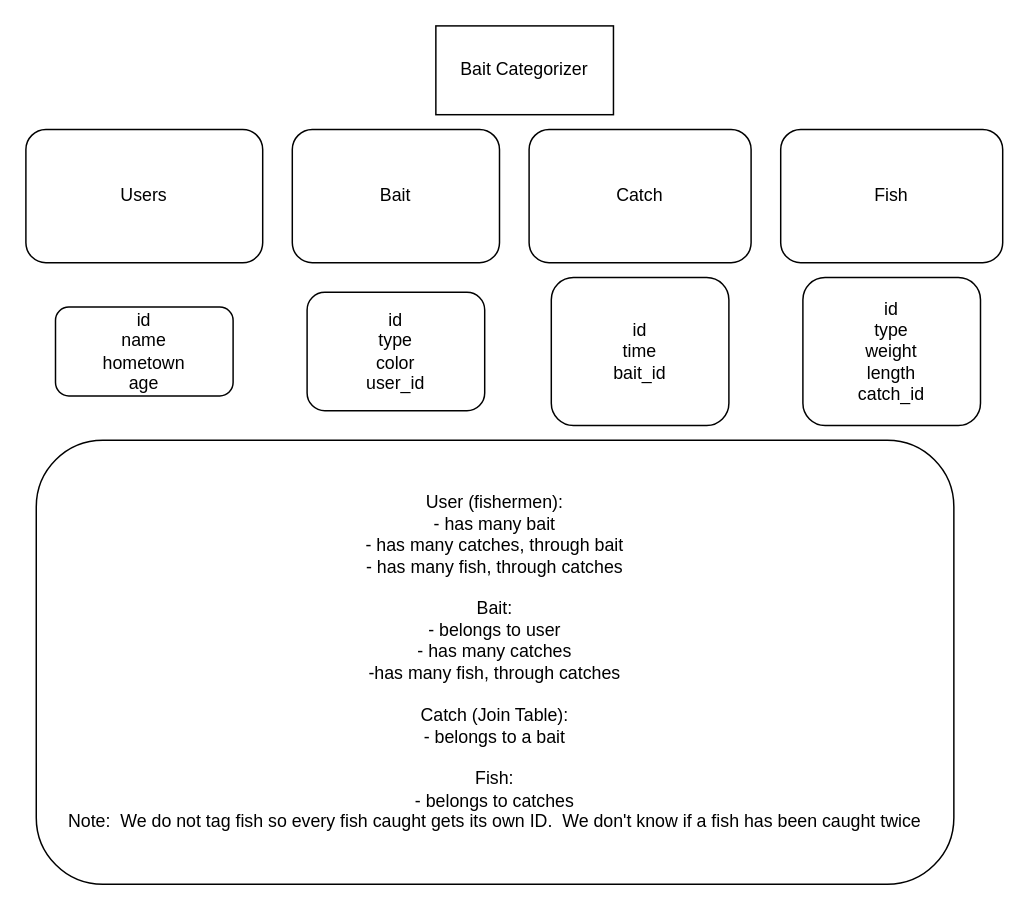
Earlier version of the draw.io diagram FishCatalogProjectOutline.drawio (ChrisBaum89/Sinatra_Portfolio_Project). Source tidied: cells renumbered, new cells numbered last; positions are measured from the earlier drawing's top-left corner, leaving out a move shared by most shapes. Both pictures are drawn from the tidied source at 148%, with x=0, y=0 at pixel (25, 25).
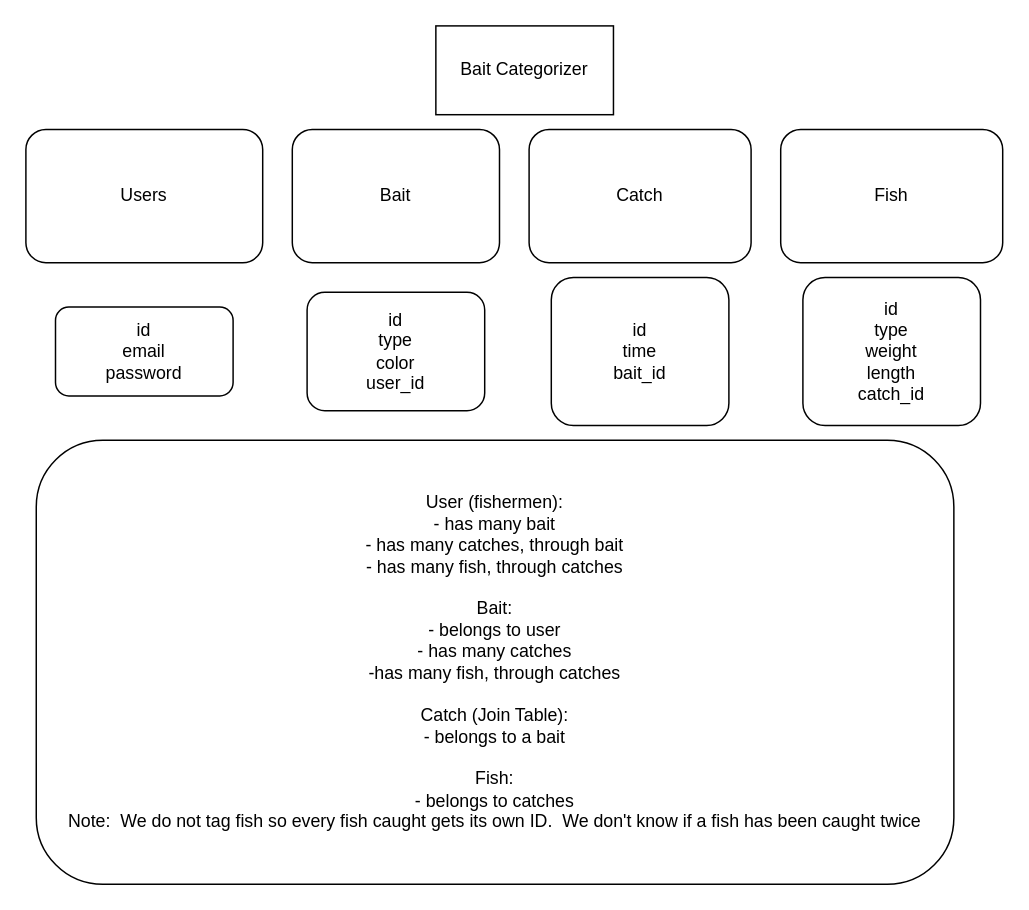
The same diagram, later.

Commit message (it also covers changes not shown here):
removed age and hometown column from users table

What changed in the source:
```diff
@@
 <mxGraphModel>
   <root>
     <mxCell id="0" />
     <mxCell id="1" parent="0" />
     <mxCell id="2" value="Bait Categorizer" style="rounded=0;whiteSpace=wrap;html=1;" parent="1" vertex="1">
       <mxGeometry x="277" width="120" height="60" as="geometry" />
     </mxCell>
     <mxCell id="3" value="Users" style="rounded=1;whiteSpace=wrap;html=1;" parent="1" vertex="1">
       <mxGeometry y="70" width="160" height="90" as="geometry" />
     </mxCell>
     <mxCell id="4" value="Bait" style="rounded=1;whiteSpace=wrap;html=1;" parent="1" vertex="1">
       <mxGeometry x="180" y="70" width="140" height="90" as="geometry" />
     </mxCell>
-    <mxCell id="5" value="id&lt;br&gt;name&lt;br&gt;hometown&lt;br&gt;age" style="rounded=1;whiteSpace=wrap;html=1;" parent="1" vertex="1">
+    <mxCell id="5" value="id&lt;br&gt;email&lt;br&gt;password" style="rounded=1;whiteSpace=wrap;html=1;" parent="1" vertex="1">
       <mxGeometry x="20" y="190" width="120" height="60" as="geometry" />
     </mxCell>
     <mxCell id="6" value="id&lt;br&gt;type&lt;br&gt;color&lt;br&gt;user_id" style="rounded=1;whiteSpace=wrap;html=1;" parent="1" vertex="1">
       <mxGeometry x="190" y="180" width="120" height="80" as="geometry" />
     </mxCell>
     <mxCell id="7" value="Catch" style="rounded=1;whiteSpace=wrap;html=1;" parent="1" vertex="1">
       <mxGeometry x="340" y="70" width="150" height="90" as="geometry" />
     </mxCell>
     <mxCell id="8" value="id&lt;br&gt;time&lt;br&gt;bait_id" style="rounded=1;whiteSpace=wrap;html=1;" parent="1" vertex="1">
       <mxGeometry x="355" y="170" width="120" height="100" as="geometry" />
     </mxCell>
     <mxCell id="9" value="User (fishermen):&lt;br&gt;- has many bait&lt;br&gt;- has many catches, through bait&lt;br&gt;- has many fish, through catches&lt;br&gt;&lt;br&gt;Bait:&lt;br&gt;- belongs to user&lt;br&gt;- has many catches&lt;br&gt;-has many fish, through catches&lt;br&gt;&lt;br&gt;Catch (Join Table):&lt;br&gt;- belongs to a bait&lt;br&gt;&lt;br&gt;Fish:&lt;br&gt;- belongs to catches&lt;br&gt;Note:&amp;nbsp; We do not tag fish so every fish caught gets its own ID.&amp;nbsp; We don't know if a fish has been caught twice" style="rounded=1;whiteSpace=wrap;html=1;" parent="1" vertex="1">
       <mxGeometry x="7" y="280" width="620" height="300" as="geometry" />
     </mxCell>
     <mxCell id="10" value="Fish" style="rounded=1;whiteSpace=wrap;html=1;" parent="1" vertex="1">
       <mxGeometry x="510" y="70" width="150" height="90" as="geometry" />
     </mxCell>
     <mxCell id="11" value="id&lt;br&gt;type&lt;br&gt;weight&lt;br&gt;length&lt;br&gt;catch_id" style="rounded=1;whiteSpace=wrap;html=1;" parent="1" vertex="1">
       <mxGeometry x="525" y="170" width="120" height="100" as="geometry" />
     </mxCell>
   </root>
 </mxGraphModel>
```
